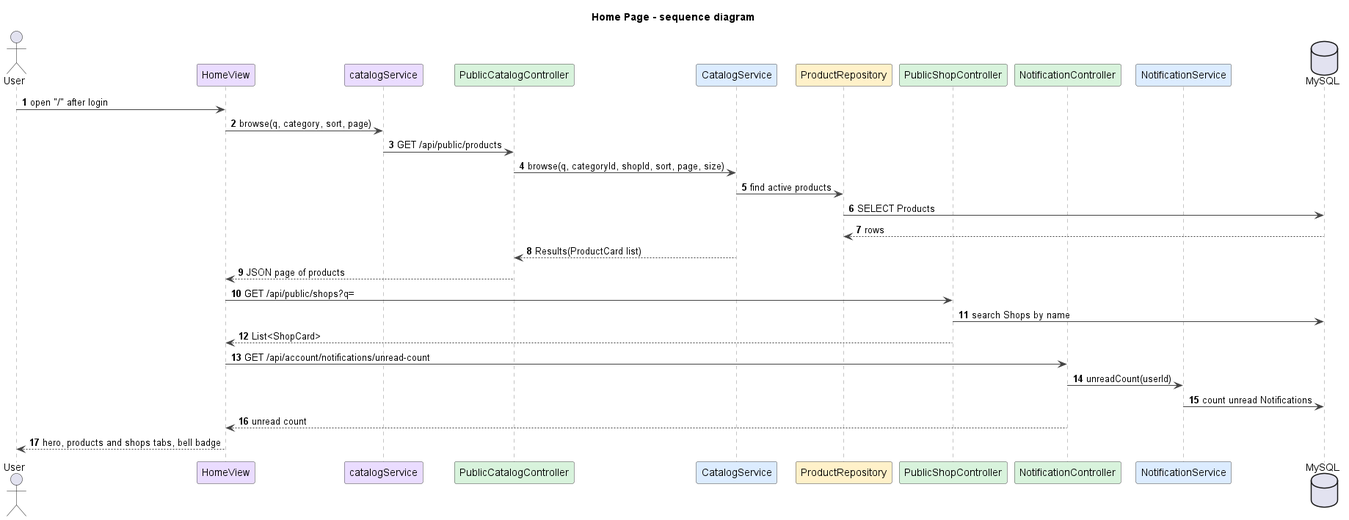
duckpao/FlowerShop_SWP391 keeps this PlantUML diagram as docs/diagrams/01-home-page-sequence.png. Above is the earlier version. Source of this version:
```plantuml
@startuml
title Home Page - sequence diagram
autonumber
skinparam shadowing false
skinparam defaultFontName Arial
skinparam wrapWidth 240
skinparam ArrowColor #444444
skinparam sequenceMessageAlign left
skinparam sequence {
  LifeLineBorderColor #888888
  ParticipantBorderColor #444444
  ParticipantBackgroundColor #FFFFFF
}

actor User
participant HomeView #EADCFF
participant catalogService #EADCFF
participant PublicCatalogController #D8F3DC
participant CatalogService #DCECFF
participant ProductRepository #FFF1C9
participant PublicShopController #D8F3DC
participant NotificationController #D8F3DC
participant NotificationService #DCECFF
database MySQL

User -> HomeView : open "/" after login
HomeView -> catalogService : browse(q, category, sort, page)
catalogService -> PublicCatalogController : GET /api/public/products
PublicCatalogController -> CatalogService : browse(q, categoryId, shopId, sort, page, size)
CatalogService -> ProductRepository : find active products
ProductRepository -> MySQL : SELECT Products
MySQL --> ProductRepository : rows
CatalogService --> PublicCatalogController : Results(ProductCard list)
PublicCatalogController --> HomeView : JSON page of products
HomeView -> PublicShopController : GET /api/public/shops?q=
PublicShopController -> MySQL : search Shops by name
PublicShopController --> HomeView : List<ShopCard>
HomeView -> NotificationController : GET /api/account/notifications/unread-count
NotificationController -> NotificationService : unreadCount(userId)
NotificationService -> MySQL : count unread Notifications
NotificationController --> HomeView : unread count
HomeView --> User : hero, products and shops tabs, bell badge

@enduml
```
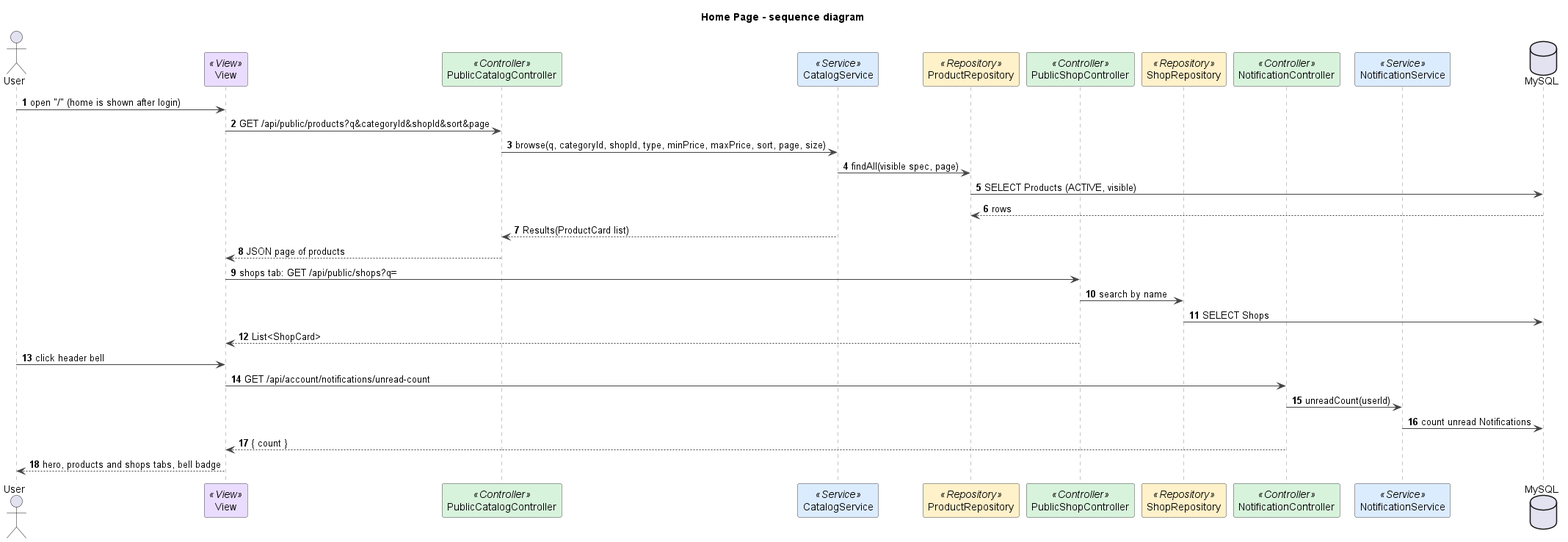
The same file after the commit.

Change to the diagram source:
```diff
@@ -13,32 +13,33 @@
 }
 
 actor User
-participant HomeView #EADCFF
-participant catalogService #EADCFF
-participant PublicCatalogController #D8F3DC
-participant CatalogService #DCECFF
-participant ProductRepository #FFF1C9
-participant PublicShopController #D8F3DC
-participant NotificationController #D8F3DC
-participant NotificationService #DCECFF
+participant "View" as V <<View>> #EADCFF
+participant PublicCatalogController as C <<Controller>> #D8F3DC
+participant CatalogService as S <<Service>> #DCECFF
+participant ProductRepository as R <<Repository>> #FFF1C9
+participant PublicShopController as SC <<Controller>> #D8F3DC
+participant ShopRepository as SR <<Repository>> #FFF1C9
+participant NotificationController as NC <<Controller>> #D8F3DC
+participant NotificationService as N <<Service>> #DCECFF
 database MySQL
 
-User -> HomeView : open "/" after login
-HomeView -> catalogService : browse(q, category, sort, page)
-catalogService -> PublicCatalogController : GET /api/public/products
-PublicCatalogController -> CatalogService : browse(q, categoryId, shopId, sort, page, size)
-CatalogService -> ProductRepository : find active products
-ProductRepository -> MySQL : SELECT Products
-MySQL --> ProductRepository : rows
-CatalogService --> PublicCatalogController : Results(ProductCard list)
-PublicCatalogController --> HomeView : JSON page of products
-HomeView -> PublicShopController : GET /api/public/shops?q=
-PublicShopController -> MySQL : search Shops by name
-PublicShopController --> HomeView : List<ShopCard>
-HomeView -> NotificationController : GET /api/account/notifications/unread-count
-NotificationController -> NotificationService : unreadCount(userId)
-NotificationService -> MySQL : count unread Notifications
-NotificationController --> HomeView : unread count
-HomeView --> User : hero, products and shops tabs, bell badge
+User -> V : open "/" (home is shown after login)
+V -> C : GET /api/public/products?q&categoryId&shopId&sort&page
+C -> S : browse(q, categoryId, shopId, type, minPrice, maxPrice, sort, page, size)
+S -> R : findAll(visible spec, page)
+R -> MySQL : SELECT Products (ACTIVE, visible)
+MySQL --> R : rows
+S --> C : Results(ProductCard list)
+C --> V : JSON page of products
+V -> SC : shops tab: GET /api/public/shops?q=
+SC -> SR : search by name
+SR -> MySQL : SELECT Shops
+SC --> V : List<ShopCard>
+User -> V : click header bell
+V -> NC : GET /api/account/notifications/unread-count
+NC -> N : unreadCount(userId)
+N -> MySQL : count unread Notifications
+NC --> V : { count }
+V --> User : hero, products and shops tabs, bell badge
 
 @enduml
```
